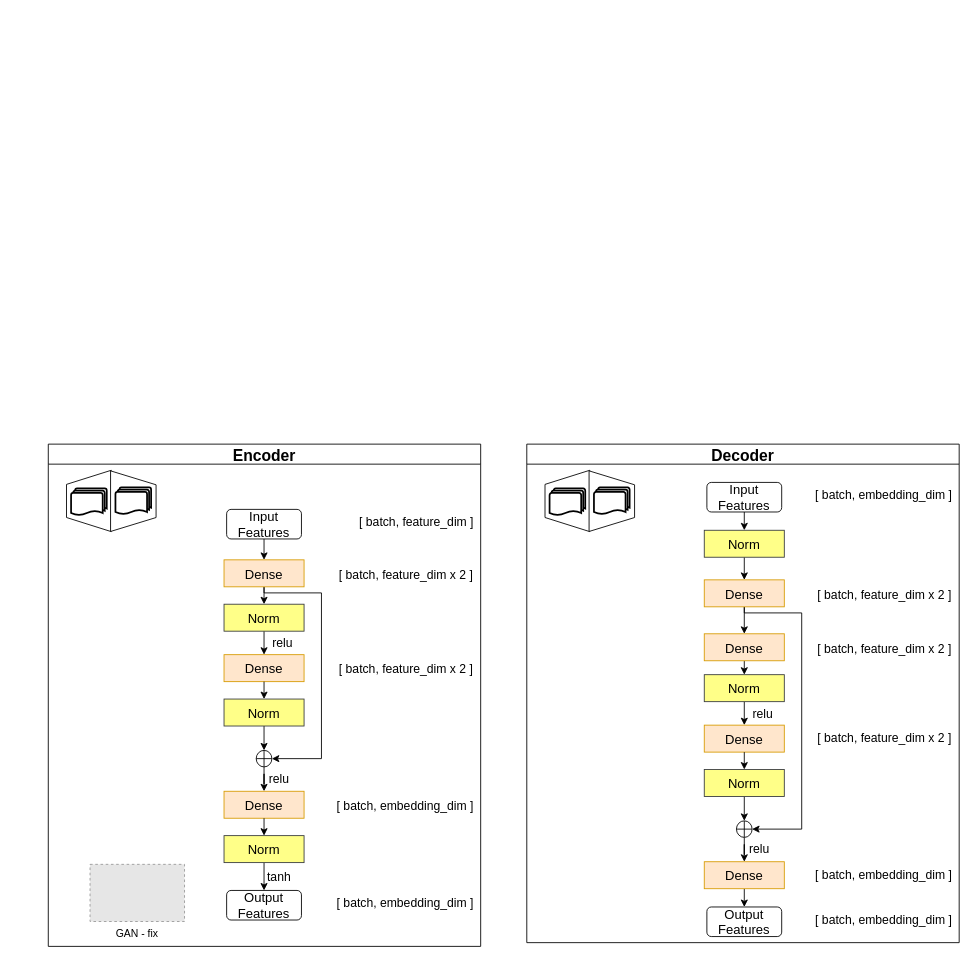
The draw.io diagram naic21.ae.drawio in Wu-Xiang123/Hello-GItHub, before the edit. Source tidied: cells renumbered, new cells numbered last; positions are measured from the earlier drawing's top-left corner, leaving out a move shared by most shapes. Both pictures are drawn from the tidied source at 87%, with x=0, y=0 at pixel (48, 444). Pictures stored in the file or linked from it are replaced by grey dashed boxes.
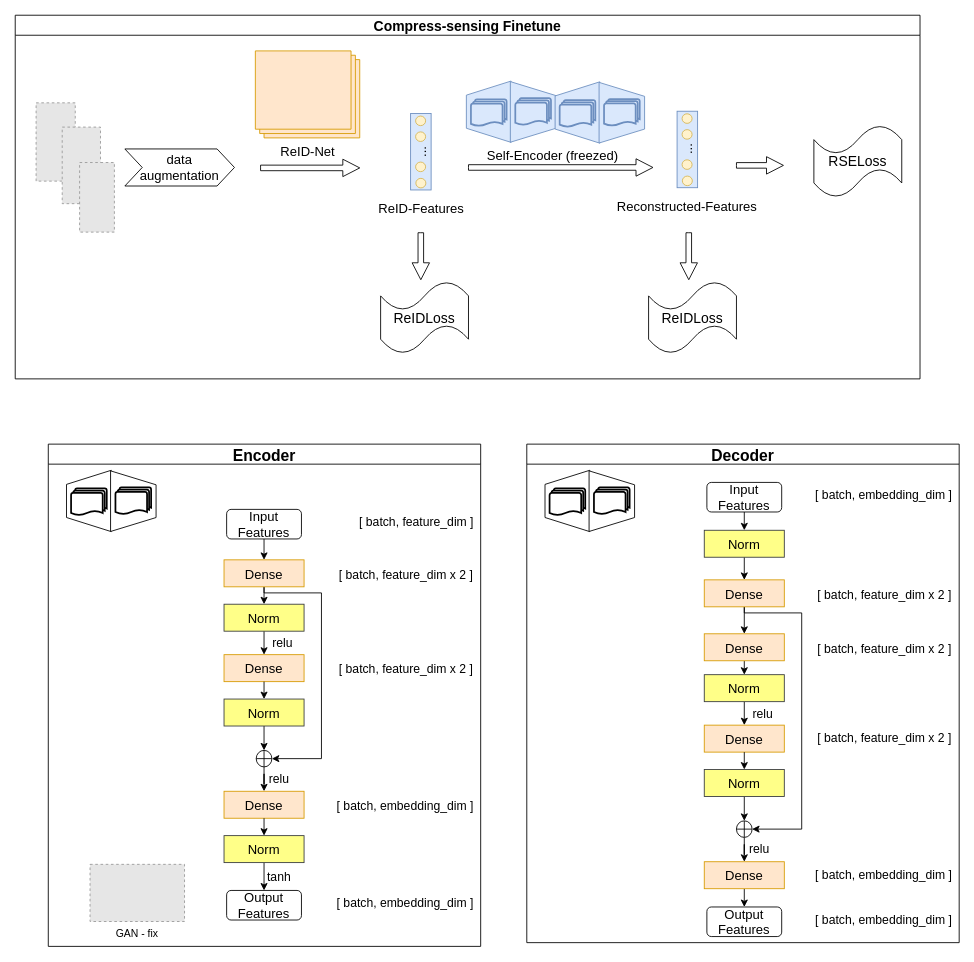
The same diagram, later.

Change to the diagram source:
```diff
@@
+    <mxCell id="69" value="Compress-sensing Finetune" style="swimlane;fontSize=16;" parent="1" vertex="1">
+      <mxGeometry x="-38" y="-493" width="1040" height="418" as="geometry" />
+    </mxCell>
+    <mxCell id="70" style="fillColor=#E6E6E6;strokeColor=#999999;dashed=1;verticalLabelPosition=bottom;labelBackgroundColor=default;verticalAlign=top;fontSize=15;" parent="69" vertex="1">
+      <mxGeometry x="24" y="100.7" width="45" height="90" as="geometry" />
+    </mxCell>
+    <mxCell id="71" style="fillColor=#E6E6E6;strokeColor=#999999;dashed=1;verticalLabelPosition=bottom;labelBackgroundColor=default;verticalAlign=top;fontSize=15;" parent="69" vertex="1">
+      <mxGeometry x="54" y="128.6" width="44" height="88" as="geometry" />
+    </mxCell>
+    <mxCell id="72" style="fillColor=#E6E6E6;strokeColor=#999999;dashed=1;verticalLabelPosition=bottom;labelBackgroundColor=default;verticalAlign=top;fontSize=15;" parent="69" vertex="1">
+      <mxGeometry x="74" y="169.3" width="40" height="80" as="geometry" />
+    </mxCell>
+    <mxCell id="73" value="ReID-Net" style="verticalLabelPosition=bottom;verticalAlign=top;html=1;shape=mxgraph.basic.layered_rect;dx=10;fillColor=#ffe6cc;strokeColor=#d79b00;fontSize=15;" parent="69" vertex="1">
+      <mxGeometry x="276" y="41" width="120" height="100" as="geometry" />
+    </mxCell>
+    <mxCell id="74" value="&lt;font style=&quot;font-size: 15px; line-height: 1;&quot;&gt;ReID-Features&lt;br style=&quot;font-size: 15px;&quot;&gt;&lt;/font&gt;" style="text;html=1;align=center;verticalAlign=middle;whiteSpace=wrap;rounded=0;fontSize=15;" parent="69" vertex="1">
+      <mxGeometry x="411.5" y="207.3" width="109.5" height="30" as="geometry" />
+    </mxCell>
+    <mxCell id="75" style="html=1;shadow=0;dashed=0;align=center;verticalAlign=middle;shape=mxgraph.arrows2.arrow;dy=0.68;dx=19.45;notch=0;fontSize=15;" parent="69" vertex="1">
+      <mxGeometry x="282" y="165.5" width="114" height="20" as="geometry" />
+    </mxCell>
+    <mxCell id="76" value="data&lt;br style=&quot;font-size: 15px;&quot;&gt;augmentation" style="shape=step;perimeter=stepPerimeter;whiteSpace=wrap;html=1;fixedSize=1;fontSize=15;" parent="69" vertex="1">
+      <mxGeometry x="126" y="153.7" width="126" height="42.6" as="geometry" />
+    </mxCell>
+    <mxCell id="77" style="group;fontSize=15;" parent="69" vertex="1">
+      <mxGeometry x="454.4" y="113" width="23.7" height="87.9" as="geometry" />
+    </mxCell>
+    <mxCell id="78" value="..." style="rounded=0;whiteSpace=wrap;html=1;fontSize=15;rotation=-90;fillColor=#dae8fc;strokeColor=#6c8ebf;" parent="77" vertex="1">
+      <mxGeometry x="-32.1" y="32.1" width="87.9" height="23.6" as="geometry" />
+    </mxCell>
+    <mxCell id="79" style="verticalLabelPosition=bottom;verticalAlign=top;html=1;shape=mxgraph.flowchart.on-page_reference;fontSize=15;fillColor=#fff2cc;strokeColor=#d6b656;" parent="77" vertex="1">
+      <mxGeometry x="5.8" y="2.9" width="11.5" height="11" as="geometry" />
+    </mxCell>
+    <mxCell id="80" style="verticalLabelPosition=bottom;verticalAlign=top;html=1;shape=mxgraph.flowchart.on-page_reference;fontSize=15;fillColor=#fff2cc;strokeColor=#d6b656;" parent="77" vertex="1">
+      <mxGeometry x="5.8" y="21.1" width="11.5" height="11" as="geometry" />
+    </mxCell>
+    <mxCell id="81" style="verticalLabelPosition=bottom;verticalAlign=top;html=1;shape=mxgraph.flowchart.on-page_reference;fontSize=15;fillColor=#fff2cc;strokeColor=#d6b656;" parent="77" vertex="1">
+      <mxGeometry x="5.8" y="55.8" width="11.5" height="11" as="geometry" />
+    </mxCell>
+    <mxCell id="82" style="verticalLabelPosition=bottom;verticalAlign=top;html=1;shape=mxgraph.flowchart.on-page_reference;fontSize=15;fillColor=#fff2cc;strokeColor=#d6b656;" parent="77" vertex="1">
+      <mxGeometry x="6.1" y="74.5" width="11.5" height="11" as="geometry" />
+    </mxCell>
+    <mxCell id="83" style="html=1;shadow=0;dashed=0;align=center;verticalAlign=middle;shape=mxgraph.arrows2.arrow;dy=0.68;dx=19.45;notch=0;fontSize=15;" parent="69" vertex="1">
+      <mxGeometry x="521" y="165" width="212" height="20" as="geometry" />
+    </mxCell>
+    <mxCell id="84" style="verticalLabelPosition=middle;verticalAlign=middle;html=1;shape=trapezoid;perimeter=trapezoidPerimeter;whiteSpace=wrap;size=0.23;arcSize=10;flipV=1;labelPosition=center;align=center;rotation=90;fontSize=15;fillColor=#dae8fc;strokeColor=#6c8ebf;" parent="69" vertex="1">
+      <mxGeometry x="509" y="85.2" width="70.5" height="51.4" as="geometry" />
+    </mxCell>
+    <mxCell id="85" style="strokeWidth=2;html=1;shape=mxgraph.flowchart.multi-document;whiteSpace=wrap;fontSize=15;fillColor=#dae8fc;strokeColor=#6c8ebf;" parent="69" vertex="1">
+      <mxGeometry x="523.8" y="96.6" width="41" height="31" as="geometry" />
+    </mxCell>
+    <mxCell id="86" style="verticalLabelPosition=middle;verticalAlign=middle;html=1;shape=trapezoid;perimeter=trapezoidPerimeter;whiteSpace=wrap;size=0.23;arcSize=10;flipV=1;labelPosition=center;align=center;rotation=-90;fontSize=15;fillColor=#dae8fc;strokeColor=#6c8ebf;" parent="69" vertex="1">
+      <mxGeometry x="560.4" y="85" width="69.7" height="52.3" as="geometry" />
+    </mxCell>
+    <mxCell id="87" style="strokeWidth=2;html=1;shape=mxgraph.flowchart.multi-document;whiteSpace=wrap;fontSize=15;fillColor=#dae8fc;strokeColor=#6c8ebf;" parent="69" vertex="1">
+      <mxGeometry x="574.8" y="95.4" width="41" height="31" as="geometry" />
+    </mxCell>
+    <mxCell id="88" style="verticalLabelPosition=middle;verticalAlign=middle;html=1;shape=trapezoid;perimeter=trapezoidPerimeter;whiteSpace=wrap;size=0.23;arcSize=10;flipV=1;labelPosition=center;align=center;rotation=90;fontSize=15;fillColor=#dae8fc;strokeColor=#6c8ebf;" parent="69" vertex="1">
+      <mxGeometry x="611" y="86.1" width="70.5" height="51.4" as="geometry" />
+    </mxCell>
+    <mxCell id="89" style="strokeWidth=2;html=1;shape=mxgraph.flowchart.multi-document;whiteSpace=wrap;fontSize=15;fillColor=#dae8fc;strokeColor=#6c8ebf;" parent="69" vertex="1">
+      <mxGeometry x="625.8" y="97.5" width="41" height="31" as="geometry" />
+    </mxCell>
+    <mxCell id="90" style="verticalLabelPosition=middle;verticalAlign=middle;html=1;shape=trapezoid;perimeter=trapezoidPerimeter;whiteSpace=wrap;size=0.23;arcSize=10;flipV=1;labelPosition=center;align=center;rotation=-90;fontSize=15;fillColor=#dae8fc;strokeColor=#6c8ebf;" parent="69" vertex="1">
+      <mxGeometry x="662.4" y="85.9" width="69.7" height="52.3" as="geometry" />
+    </mxCell>
+    <mxCell id="91" style="strokeWidth=2;html=1;shape=mxgraph.flowchart.multi-document;whiteSpace=wrap;fontSize=15;fillColor=#dae8fc;strokeColor=#6c8ebf;" parent="69" vertex="1">
+      <mxGeometry x="676.8" y="96.3" width="41" height="31" as="geometry" />
+    </mxCell>
+    <mxCell id="92" value="&lt;font style=&quot;font-size: 15px; line-height: 1;&quot;&gt;Self-Encoder (freezed)&lt;br style=&quot;font-size: 15px;&quot;&gt;&lt;/font&gt;" style="text;html=1;align=center;verticalAlign=middle;whiteSpace=wrap;rounded=0;fontSize=15;" parent="69" vertex="1">
+      <mxGeometry x="537" y="146" width="162.2" height="30" as="geometry" />
+    </mxCell>
+    <mxCell id="93" value="&lt;font style=&quot;font-size: 15px; line-height: 1;&quot;&gt;Reconstructed-Features&lt;br style=&quot;font-size: 15px;&quot;&gt;&lt;/font&gt;" style="text;html=1;align=center;verticalAlign=middle;whiteSpace=wrap;rounded=0;fontSize=15;" parent="69" vertex="1">
+      <mxGeometry x="690" y="204.7" width="165" height="30" as="geometry" />
+    </mxCell>
+    <mxCell id="94" style="group;fontSize=15;" parent="69" vertex="1">
+      <mxGeometry x="760.7" y="110.4" width="23.7" height="87.9" as="geometry" />
+    </mxCell>
+    <mxCell id="95" value="..." style="rounded=0;whiteSpace=wrap;html=1;fontSize=15;rotation=-90;fillColor=#dae8fc;strokeColor=#6c8ebf;" parent="94" vertex="1">
+      <mxGeometry x="-32.1" y="32.1" width="87.9" height="23.6" as="geometry" />
+    </mxCell>
+    <mxCell id="96" style="verticalLabelPosition=bottom;verticalAlign=top;html=1;shape=mxgraph.flowchart.on-page_reference;fontSize=15;fillColor=#fff2cc;strokeColor=#d6b656;" parent="94" vertex="1">
+      <mxGeometry x="5.8" y="2.9" width="11.5" height="11" as="geometry" />
+    </mxCell>
+    <mxCell id="97" style="verticalLabelPosition=bottom;verticalAlign=top;html=1;shape=mxgraph.flowchart.on-page_reference;fontSize=15;fillColor=#fff2cc;strokeColor=#d6b656;" parent="94" vertex="1">
+      <mxGeometry x="5.8" y="21.1" width="11.5" height="11" as="geometry" />
+    </mxCell>
+    <mxCell id="98" style="verticalLabelPosition=bottom;verticalAlign=top;html=1;shape=mxgraph.flowchart.on-page_reference;fontSize=15;fillColor=#fff2cc;strokeColor=#d6b656;" parent="94" vertex="1">
+      <mxGeometry x="5.8" y="55.8" width="11.5" height="11" as="geometry" />
+    </mxCell>
+    <mxCell id="99" style="verticalLabelPosition=bottom;verticalAlign=top;html=1;shape=mxgraph.flowchart.on-page_reference;fontSize=15;fillColor=#fff2cc;strokeColor=#d6b656;" parent="94" vertex="1">
+      <mxGeometry x="6.1" y="74.5" width="11.5" height="11" as="geometry" />
+    </mxCell>
+    <mxCell id="100" style="html=1;shadow=0;dashed=0;align=center;verticalAlign=middle;shape=mxgraph.arrows2.arrow;dy=0.68;dx=19.45;notch=0;fontSize=15;rotation=90;" parent="69" vertex="1">
+      <mxGeometry x="439.2" y="267" width="54" height="20" as="geometry" />
+    </mxCell>
+    <mxCell id="101" value="&lt;font style=&quot;font-size: 16px;&quot;&gt;ReIDLoss&lt;/font&gt;" style="shape=tape;whiteSpace=wrap;html=1;" parent="69" vertex="1">
+      <mxGeometry x="420" y="306" width="101" height="83" as="geometry" />
+    </mxCell>
+    <mxCell id="102" style="html=1;shadow=0;dashed=0;align=center;verticalAlign=middle;shape=mxgraph.arrows2.arrow;dy=0.68;dx=19.45;notch=0;fontSize=15;rotation=90;" parent="69" vertex="1">
+      <mxGeometry x="747.2" y="267" width="54" height="20" as="geometry" />
+    </mxCell>
+    <mxCell id="103" value="&lt;font style=&quot;font-size: 16px;&quot;&gt;ReIDLoss&lt;/font&gt;" style="shape=tape;whiteSpace=wrap;html=1;" parent="69" vertex="1">
+      <mxGeometry x="728" y="306" width="101" height="83" as="geometry" />
+    </mxCell>
+    <mxCell id="104" style="html=1;shadow=0;dashed=0;align=center;verticalAlign=middle;shape=mxgraph.arrows2.arrow;dy=0.68;dx=19.45;notch=0;fontSize=15;rotation=0;" parent="69" vertex="1">
+      <mxGeometry x="829" y="162.6" width="54" height="20" as="geometry" />
+    </mxCell>
+    <mxCell id="105" value="&lt;font style=&quot;font-size: 16px;&quot;&gt;RSELoss&lt;/font&gt;" style="shape=tape;whiteSpace=wrap;html=1;" parent="69" vertex="1">
+      <mxGeometry x="918" y="126.4" width="101" height="83" as="geometry" />
+    </mxCell>
```
